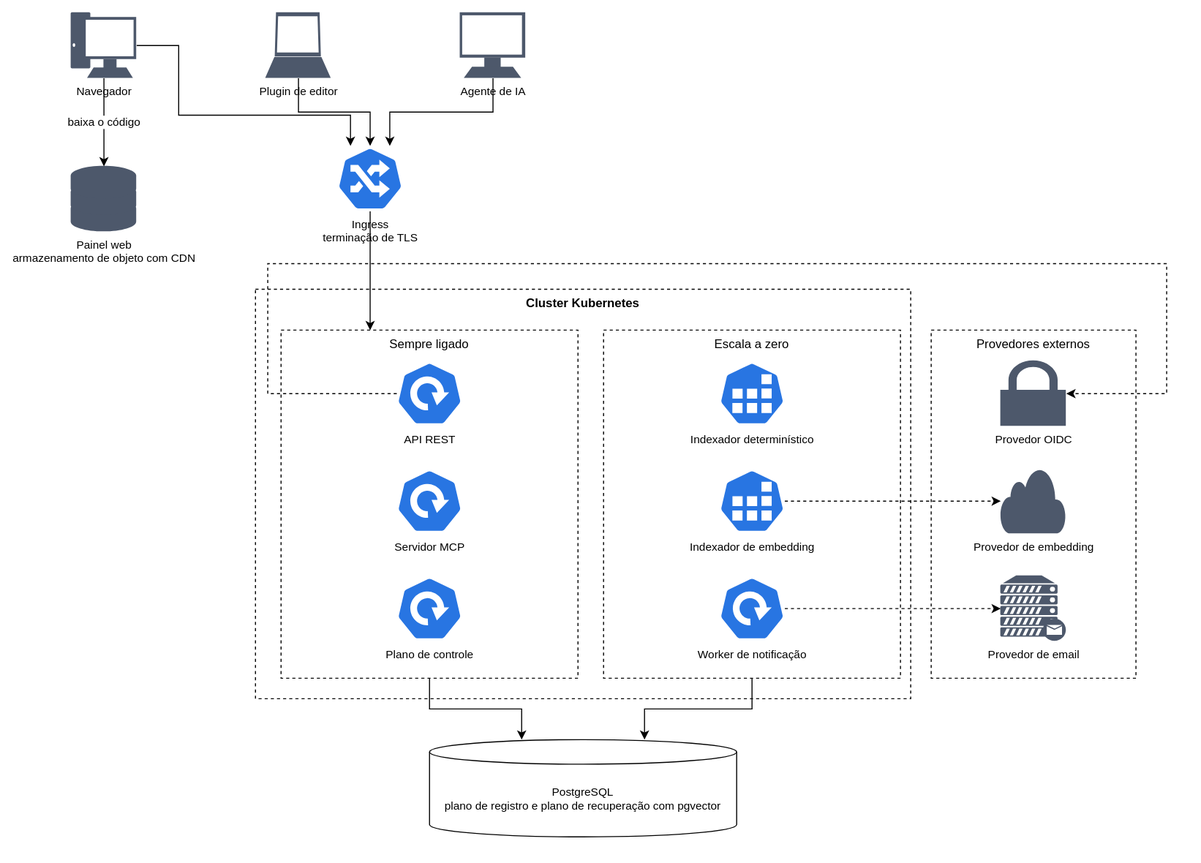
Before: docs/diagramas-de-blocos.drawio.svg, a diagram exported from draw.io (markupp-labs/markupp). Source tidied: cells renumbered, new cells last; positions are measured from the earlier drawing's top-left corner, leaving out a move shared by most shapes.
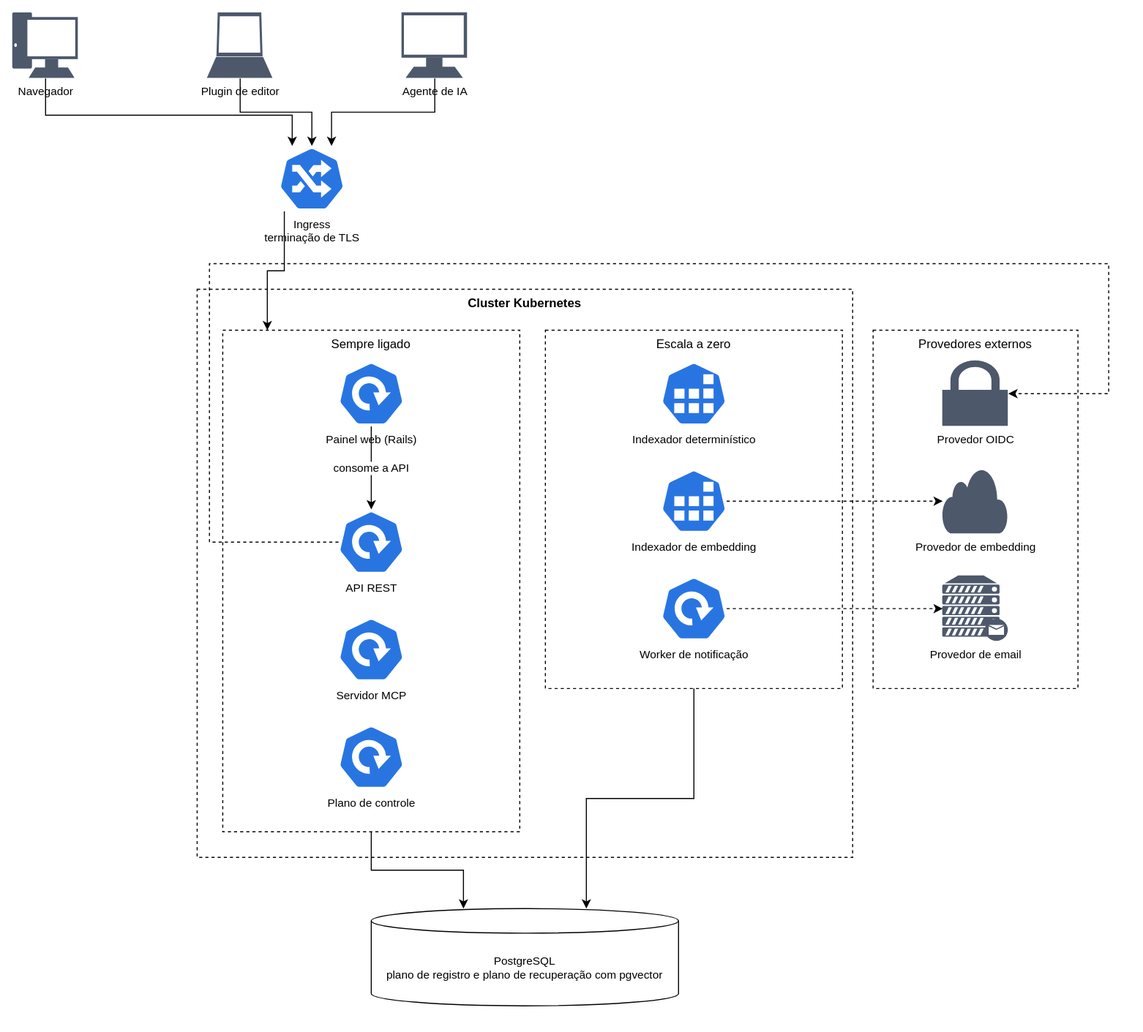
The same diagram one commit later.

Commit message:
docs: poe o painel web em rails como servico no diagrama de blocos

Change to the diagram source:
```diff
@@ -3,16 +3,16 @@
     <mxCell id="0" />
     <mxCell id="1" parent="0" />
     <mxCell id="2" value="Cluster Kubernetes" style="rounded=0;whiteSpace=wrap;html=1;verticalAlign=top;fillColor=none;dashed=1;fontSize=12;fontStyle=1;" parent="1" vertex="1">
-      <mxGeometry x="180" y="270" width="640" height="400" as="geometry" />
+      <mxGeometry x="180" y="270" width="640" height="555" as="geometry" />
     </mxCell>
     <mxCell id="3" value="Sempre ligado" style="rounded=0;whiteSpace=wrap;html=1;verticalAlign=top;fillColor=none;dashed=1;fontSize=12;" parent="1" vertex="1">
-      <mxGeometry x="205" y="310" width="290" height="340" as="geometry" />
+      <mxGeometry x="205" y="310" width="290" height="490" as="geometry" />
     </mxCell>
     <mxCell id="4" value="Escala a zero" style="rounded=0;whiteSpace=wrap;html=1;verticalAlign=top;fillColor=none;dashed=1;fontSize=12;" parent="1" vertex="1">
-      <mxGeometry x="520" y="310" width="290" height="340" as="geometry" />
+      <mxGeometry x="520" y="310" width="290" height="350" as="geometry" />
     </mxCell>
     <mxCell id="5" value="Provedores externos" style="rounded=0;whiteSpace=wrap;html=1;verticalAlign=top;fillColor=none;dashed=1;fontSize=12;" parent="1" vertex="1">
-      <mxGeometry x="840" y="310" width="200" height="340" as="geometry" />
+      <mxGeometry x="840" y="310" width="200" height="350" as="geometry" />
     </mxCell>
     <mxCell id="6" value="Navegador" style="sketch=0;html=1;verticalLabelPosition=bottom;verticalAlign=top;align=center;fontSize=11;shape=mxgraph.networks.pc;fillColor=#4D586B;strokeColor=none;" parent="1" vertex="1">
       <mxGeometry width="64" height="64" as="geometry" />
@@ -23,20 +23,20 @@
     <mxCell id="8" value="Agente de IA" style="sketch=0;html=1;verticalLabelPosition=bottom;verticalAlign=top;align=center;fontSize=11;shape=mxgraph.networks.terminal;fillColor=#4D586B;strokeColor=none;" parent="1" vertex="1">
       <mxGeometry x="380" width="64" height="64" as="geometry" />
     </mxCell>
+    <mxCell id="10" value="Ingress&#10;terminação de TLS" style="sketch=0;html=1;dashed=0;verticalLabelPosition=bottom;verticalAlign=top;align=center;fontSize=11;shape=mxgraph.kubernetes.icon;prIcon=ing;fillColor=#2875E2;strokeColor=#ffffff;" parent="1" vertex="1">
+      <mxGeometry x="260" y="130" width="64" height="64" as="geometry" />
+    </mxCell>
-    <mxCell id="9" value="Painel web&#10;armazenamento de objeto com CDN" style="sketch=0;html=1;verticalLabelPosition=bottom;verticalAlign=top;align=center;fontSize=11;shape=mxgraph.networks.storage;fillColor=#4D586B;strokeColor=none;" parent="1" vertex="1">
-      <mxGeometry y="150" width="64" height="64" as="geometry" />
+    <mxCell id="9" value="Painel web (Rails)" style="sketch=0;html=1;dashed=0;verticalLabelPosition=bottom;verticalAlign=top;align=center;fontSize=11;shape=mxgraph.kubernetes.icon;prIcon=deploy;fillColor=#2875E2;strokeColor=#ffffff;" parent="1" vertex="1">
+      <mxGeometry x="318" y="340" width="64" height="64" as="geometry" />
     </mxCell>
-    <mxCell id="10" value="Ingress&#10;terminação de TLS" style="sketch=0;html=1;dashed=0;verticalLabelPosition=bottom;verticalAlign=top;align=center;fontSize=11;shape=mxgraph.kubernetes.icon;prIcon=ing;fillColor=#2875E2;strokeColor=#ffffff;" parent="1" vertex="1">
-      <mxGeometry x="260" y="130" width="64" height="64" as="geometry" />
-    </mxCell>
     <mxCell id="11" value="API REST" style="sketch=0;html=1;dashed=0;verticalLabelPosition=bottom;verticalAlign=top;align=center;fontSize=11;shape=mxgraph.kubernetes.icon;prIcon=deploy;fillColor=#2875E2;strokeColor=#ffffff;" parent="1" vertex="1">
-      <mxGeometry x="318" y="340" width="64" height="64" as="geometry" />
+      <mxGeometry x="318" y="485" width="64" height="64" as="geometry" />
     </mxCell>
     <mxCell id="12" value="Servidor MCP" style="sketch=0;html=1;dashed=0;verticalLabelPosition=bottom;verticalAlign=top;align=center;fontSize=11;shape=mxgraph.kubernetes.icon;prIcon=deploy;fillColor=#2875E2;strokeColor=#ffffff;" parent="1" vertex="1">
-      <mxGeometry x="318" y="445" width="64" height="64" as="geometry" />
+      <mxGeometry x="318" y="590" width="64" height="64" as="geometry" />
     </mxCell>
     <mxCell id="13" value="Plano de controle" style="sketch=0;html=1;dashed=0;verticalLabelPosition=bottom;verticalAlign=top;align=center;fontSize=11;shape=mxgraph.kubernetes.icon;prIcon=deploy;fillColor=#2875E2;strokeColor=#ffffff;" parent="1" vertex="1">
-      <mxGeometry x="318" y="550" width="64" height="64" as="geometry" />
+      <mxGeometry x="318" y="695" width="64" height="64" as="geometry" />
     </mxCell>
     <mxCell id="14" value="Indexador determinístico" style="sketch=0;html=1;dashed=0;verticalLabelPosition=bottom;verticalAlign=top;align=center;fontSize=11;shape=mxgraph.kubernetes.icon;prIcon=job;fillColor=#2875E2;strokeColor=#ffffff;" parent="1" vertex="1">
       <mxGeometry x="633" y="340" width="64" height="64" as="geometry" />
@@ -57,16 +57,12 @@
       <mxGeometry x="908" y="550" width="64" height="64" as="geometry" />
     </mxCell>
     <mxCell id="20" value="PostgreSQL&#10;plano de registro e plano de recuperação com pgvector" style="shape=cylinder3;whiteSpace=wrap;html=1;boundedLbl=1;backgroundOutline=1;size=12;fontSize=11;" parent="1" vertex="1">
-      <mxGeometry x="350" y="710" width="300" height="95" as="geometry" />
+      <mxGeometry x="350" y="875" width="300" height="95" as="geometry" />
     </mxCell>
-    <mxCell id="21" value="baixa o código" style="edgeStyle=orthogonalEdgeStyle;rounded=0;html=1;exitX=0.5;exitY=1;exitDx=0;exitDy=0;entryX=0.5;entryY=0;entryDx=0;entryDy=0;" parent="1" edge="1" source="6" target="9">
-      <mxGeometry relative="1" as="geometry" />
-    </mxCell>
-    <mxCell id="22" style="edgeStyle=orthogonalEdgeStyle;rounded=0;html=1;exitX=1;exitY=0.5;exitDx=0;exitDy=0;entryX=0.2;entryY=0;entryDx=0;entryDy=0;" parent="1" edge="1" source="6" target="10">
+    <mxCell id="22" style="edgeStyle=orthogonalEdgeStyle;rounded=0;html=1;exitX=0.5;exitY=1;exitDx=0;exitDy=0;entryX=0.2;entryY=0;entryDx=0;entryDy=0;" parent="1" edge="1" source="6" target="10">
       <mxGeometry relative="1" as="geometry">
         <Array as="points">
-          <mxPoint x="105" y="32" />
-          <mxPoint x="105" y="100" />
+          <mxPoint x="32" y="100" />
           <mxPoint x="273" y="100" />
         </Array>
       </mxGeometry>
@@ -77,9 +73,12 @@
     <mxCell id="24" style="edgeStyle=orthogonalEdgeStyle;rounded=0;html=1;exitX=0.5;exitY=1;exitDx=0;exitDy=0;entryX=0.8;entryY=0;entryDx=0;entryDy=0;" parent="1" edge="1" source="8" target="10">
       <mxGeometry relative="1" as="geometry" />
     </mxCell>
-    <mxCell id="25" style="edgeStyle=orthogonalEdgeStyle;rounded=0;html=1;exitX=0.5;exitY=1;exitDx=0;exitDy=0;entryX=0.3;entryY=0;entryDx=0;entryDy=0;" parent="1" edge="1" source="10" target="3">
+    <mxCell id="25" style="edgeStyle=orthogonalEdgeStyle;rounded=0;html=1;exitX=0.08;exitY=1;exitDx=0;exitDy=0;entryX=0.15;entryY=0;entryDx=0;entryDy=0;" parent="1" edge="1" source="10" target="3">
       <mxGeometry relative="1" as="geometry" />
     </mxCell>
+    <mxCell id="31" value="consome a API" style="edgeStyle=orthogonalEdgeStyle;rounded=0;html=1;exitX=0.5;exitY=1;exitDx=0;exitDy=0;entryX=0.5;entryY=0;entryDx=0;entryDy=0;" parent="1" edge="1" source="9" target="11">
+      <mxGeometry relative="1" as="geometry" />
+    </mxCell>
     <mxCell id="26" style="edgeStyle=orthogonalEdgeStyle;rounded=0;html=1;exitX=0.5;exitY=1;exitDx=0;exitDy=0;entryX=0.3;entryY=0;entryDx=0;entryDy=0;" parent="1" edge="1" source="3" target="20">
       <mxGeometry relative="1" as="geometry" />
     </mxCell>
@@ -89,7 +88,7 @@
     <mxCell id="28" style="edgeStyle=orthogonalEdgeStyle;rounded=0;html=1;dashed=1;exitX=0;exitY=0.5;exitDx=0;exitDy=0;entryX=1;entryY=0.5;entryDx=0;entryDy=0;" parent="1" edge="1" source="11" target="17">
       <mxGeometry relative="1" as="geometry">
         <Array as="points">
-          <mxPoint x="192" y="372" />
+          <mxPoint x="192" y="517" />
           <mxPoint x="192" y="245" />
           <mxPoint x="1070" y="245" />
           <mxPoint x="1070" y="372" />
```
